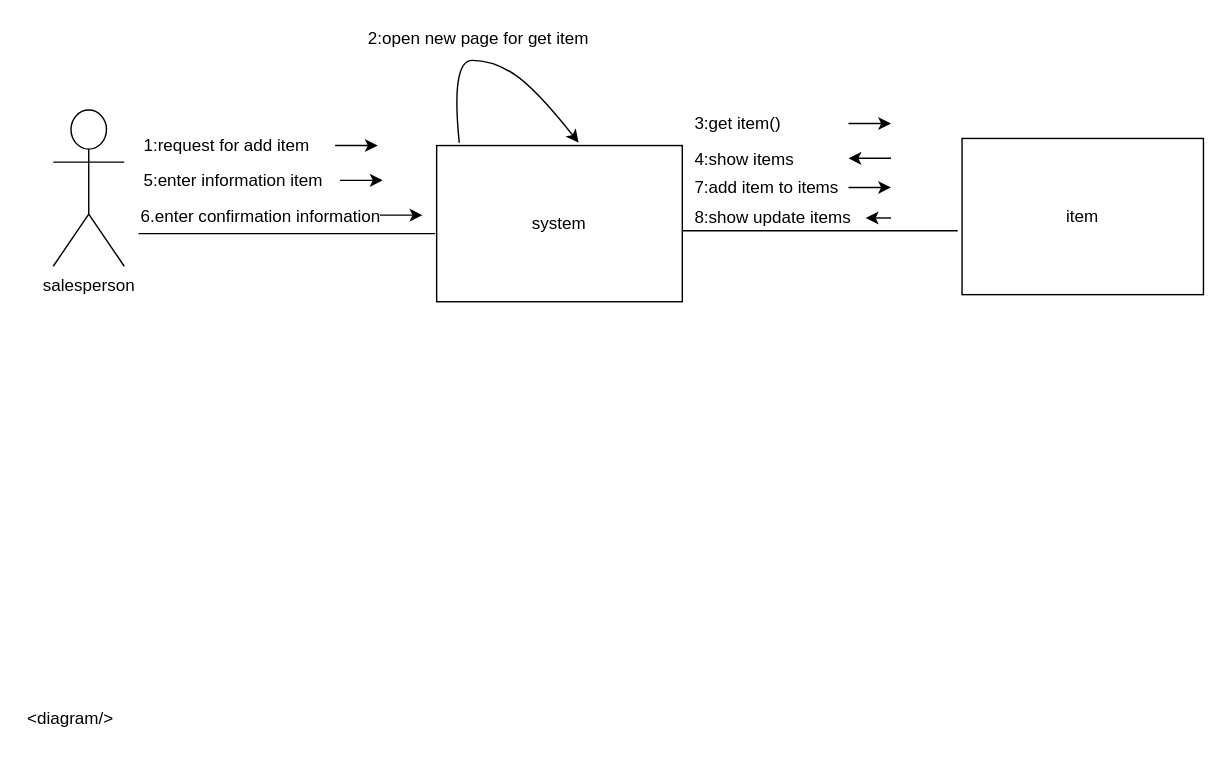
This is communication_diagram/add.drawio from aenad/iut_foods, a draw.io file, before an edit. Source tidied: cells renumbered, new cells numbered last; positions are measured from the earlier drawing's top-left corner, leaving out a move shared by most shapes. Both pictures are drawn from the tidied source at 142%, with x=0, y=0 at pixel (24, 24).
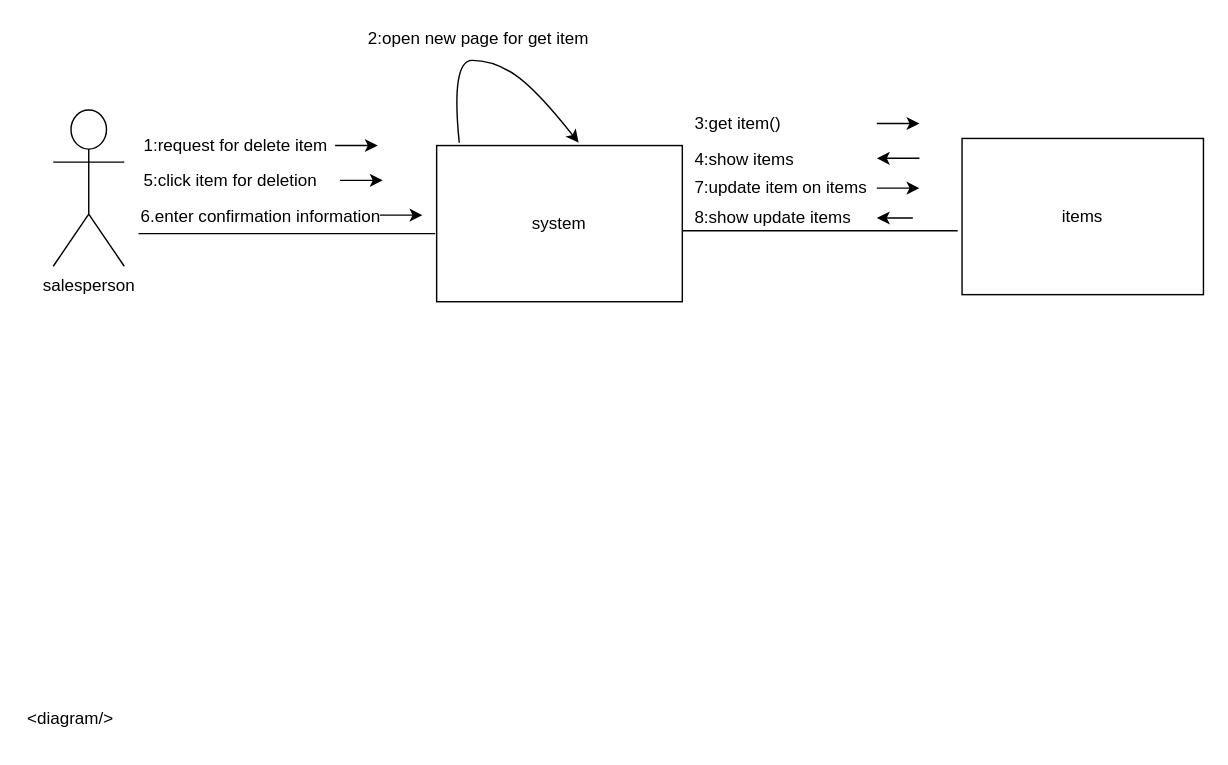
The same diagram, later.

The change refers to these unchanged cells:
```xml
<mxCell id="20" value="8:show update items" style="text;html=1;points=[];align=left;verticalAlign=top;spacingTop=-4;" parent="1" vertex="1">
  <mxGeometry x="470" y="126" width="120" height="20" as="geometry" />
</mxCell>
```

The edit, as a diff of the source:
```diff
@@
-    <mxCell id="3" value="item" style="rounded=0;whiteSpace=wrap;html=1;" parent="1" vertex="1">
+    <mxCell id="3" value="items" style="rounded=0;whiteSpace=wrap;html=1;" parent="1" vertex="1">
       <mxGeometry x="660" y="80" width="170" height="110" as="geometry" />
     </mxCell>
@@
-    <mxCell id="5" value="1:request for add item " style="text;html=1;align=left;verticalAlign=top;spacingTop=-4;" parent="1" vertex="1">
-      <mxGeometry x="82" y="75" width="130" height="20" as="geometry" />
+    <mxCell id="5" value="1:request for delete item " style="text;html=1;align=left;verticalAlign=top;spacingTop=-4;" parent="1" vertex="1">
+      <mxGeometry x="82" y="75" width="140" height="20" as="geometry" />
     </mxCell>
@@
-    <mxCell id="10" value="5:enter information item" style="text;html=1;align=left;verticalAlign=top;spacingTop=-4;" parent="1" vertex="1">
-      <mxGeometry x="82" y="100" width="140" height="20" as="geometry" />
+    <mxCell id="10" value="5:click item for deletion" style="text;html=1;align=left;verticalAlign=top;spacingTop=-4;" parent="1" vertex="1">
+      <mxGeometry x="82" y="100" width="130" height="20" as="geometry" />
     </mxCell>
@@
-    <mxCell id="17" style="endArrow=classic;html=1;entryX=1.018;entryY=0.5;entryDx=0;entryDy=0;entryPerimeter=0;" parent="1" edge="1" target="20">
+    <mxCell id="17" style="endArrow=classic;html=1;" parent="1" edge="1">
       <mxGeometry relative="1" as="geometry">
         <mxPoint x="610" y="136" as="sourcePoint" />
+        <mxPoint x="600" y="136" as="targetPoint" />
+        <Array as="points">
+          <mxPoint x="630" y="136" />
+        </Array>
       </mxGeometry>
     </mxCell>
-    <mxCell id="18" value="7:add item to items" style="text;html=1;align=left;verticalAlign=top;spacingTop=-4;" parent="1" vertex="1">
-      <mxGeometry x="470" y="105" width="110" height="20" as="geometry" />
+    <mxCell id="18" value="7:update item on items" style="text;html=1;align=left;verticalAlign=top;spacingTop=-4;" parent="1" vertex="1">
+      <mxGeometry x="470" y="105" width="130" height="20" as="geometry" />
     </mxCell>
     <mxCell id="19" style="endArrow=classic;html=1;" parent="1" edge="1">
       <mxGeometry relative="1" as="geometry">
-        <mxPoint x="580" y="69.5" as="sourcePoint" />
-        <mxPoint x="610" y="69.5" as="targetPoint" />
+        <mxPoint x="600" y="69.5" as="sourcePoint" />
+        <mxPoint x="630" y="69.5" as="targetPoint" />
       </mxGeometry>
     </mxCell>
@@
     <mxCell id="21" style="endArrow=classic;html=1;" parent="1" edge="1">
       <mxGeometry relative="1" as="geometry">
-        <mxPoint x="580" y="114.5" as="sourcePoint" />
-        <mxPoint x="610" y="114.5" as="targetPoint" />
+        <mxPoint x="600" y="115" as="sourcePoint" />
+        <mxPoint x="630" y="115" as="targetPoint" />
       </mxGeometry>
     </mxCell>
     <mxCell id="22" style="endArrow=classic;html=1;" parent="1" edge="1">
       <mxGeometry relative="1" as="geometry">
-        <mxPoint x="610" y="94" as="sourcePoint" />
-        <mxPoint x="580" y="94" as="targetPoint" />
+        <mxPoint x="630" y="94" as="sourcePoint" />
+        <mxPoint x="600" y="94" as="targetPoint" />
       </mxGeometry>
     </mxCell>
```
